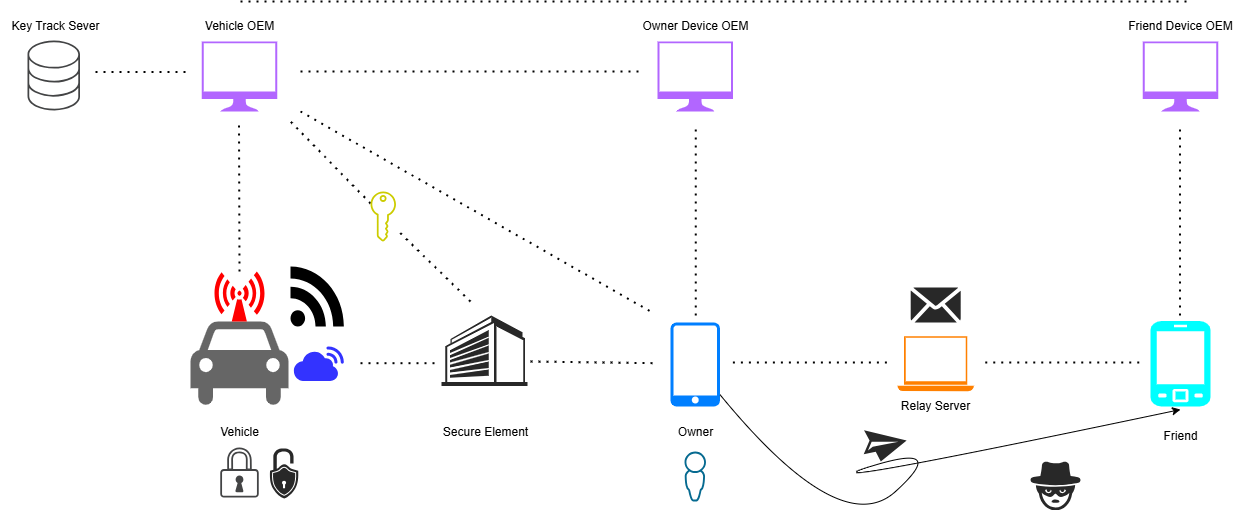
LaurenHsu31/DKC keeps this draw.io diagram as SystemFramework.drawio.png. Above is the earlier version. Source tidied: cells renumbered, new cells last; positions are measured from the earlier drawing's top-left corner, leaving out a move shared by most shapes.
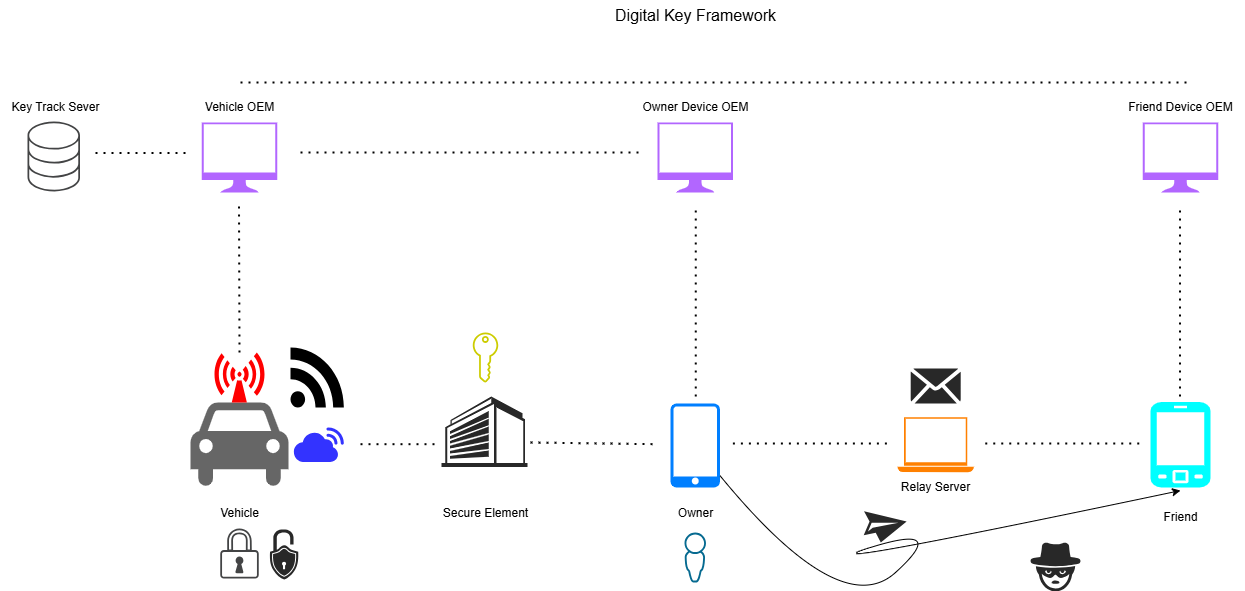
Later version of the same file.

What changed in the source:
```diff
@@ -149,30 +149,17 @@
         </Array>
       </mxGeometry>
     </mxCell>
-    <mxCell id="39" style="endArrow=none;dashed=1;html=1;dashPattern=1 3;strokeWidth=2;rounded=0;" parent="1" edge="1" source="43">
-      <mxGeometry relative="1" as="geometry">
-        <mxPoint x="290" y="120" as="targetPoint" />
-      </mxGeometry>
-    </mxCell>
-    <mxCell id="40" style="endArrow=none;dashed=1;html=1;dashPattern=1 3;strokeWidth=2;rounded=0;" parent="1" edge="1">
-      <mxGeometry relative="1" as="geometry">
-        <mxPoint x="300" y="110" as="sourcePoint" />
-        <mxPoint x="650" y="310" as="targetPoint" />
-      </mxGeometry>
-    </mxCell>
     <mxCell id="41" style="endArrow=none;dashed=1;html=1;dashPattern=1 3;strokeWidth=2;rounded=0;" parent="1" edge="1">
       <mxGeometry relative="1" as="geometry">
         <mxPoint x="95" y="70.5" as="sourcePoint" />
         <mxPoint x="185" y="70.5" as="targetPoint" />
       </mxGeometry>
     </mxCell>
-    <mxCell id="42" style="endArrow=none;dashed=1;html=1;dashPattern=1 3;strokeWidth=2;rounded=0;" parent="1" edge="1" target="43">
-      <mxGeometry relative="1" as="geometry">
-        <mxPoint x="470" y="300" as="sourcePoint" />
-      </mxGeometry>
-    </mxCell>
     <mxCell id="43" style="sketch=0;shadow=0;dashed=0;html=1;strokeColor=none;fillColor=#CCCC00;labelPosition=center;verticalLabelPosition=bottom;verticalAlign=top;align=center;outlineConnect=0;shape=mxgraph.vvd.tenant_key;" parent="1" vertex="1">
-      <mxGeometry x="370" y="190" width="25.5" height="50" as="geometry" />
+      <mxGeometry x="472.2" y="250" width="25.5" height="50" as="geometry" />
     </mxCell>
+    <mxCell id="44" value="&lt;font style=&quot;font-size: 16px;&quot;&gt;Digital Key Framework&lt;/font&gt;" style="text;html=1;align=center;verticalAlign=middle;strokeColor=none;fillColor=none;" parent="1" vertex="1">
+      <mxGeometry x="604.8" y="-82" width="180" height="30" as="geometry" />
+    </mxCell>
   </root>
 </mxGraphModel>
```
